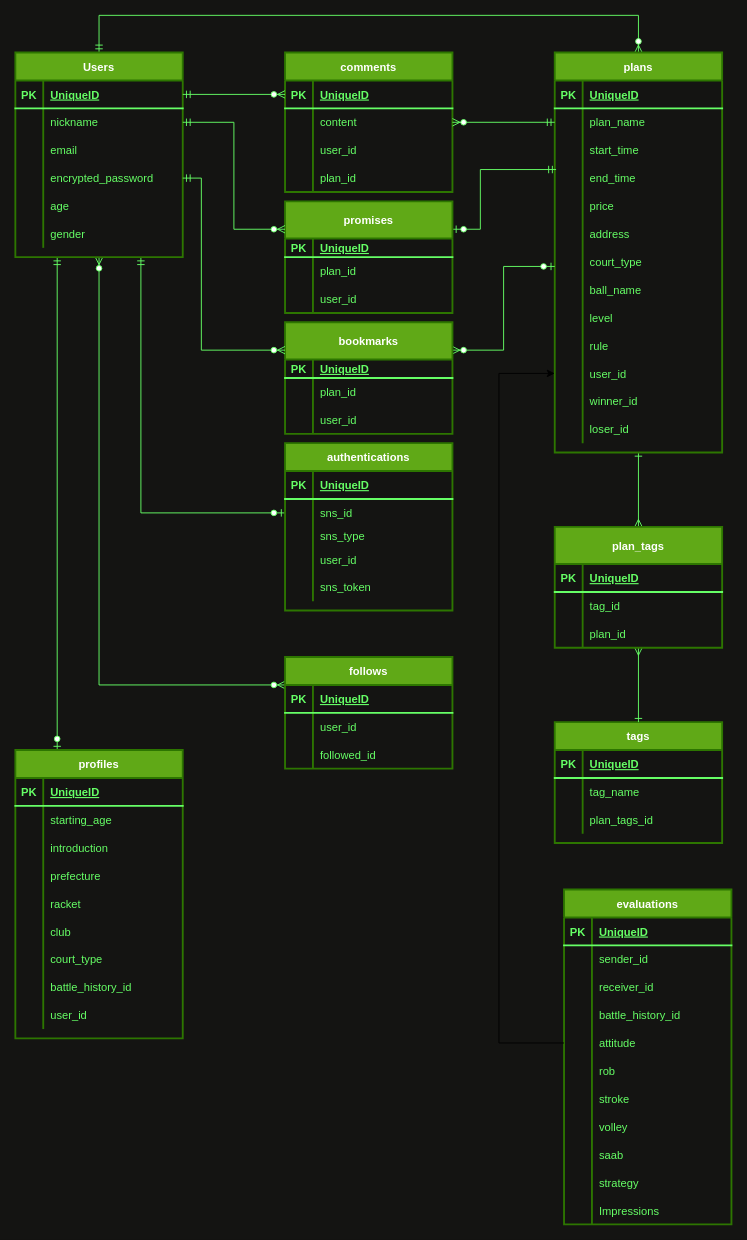
This is config/db.dio from 0123takaokeita/Tennis_encounter, a draw.io file, before an edit. Source tidied: cells renumbered, new cells numbered last; positions are measured from the earlier drawing's top-left corner, leaving out a move shared by most shapes. Both pictures are drawn from the tidied source at 93%, with x=0, y=0 at pixel (15, 15).
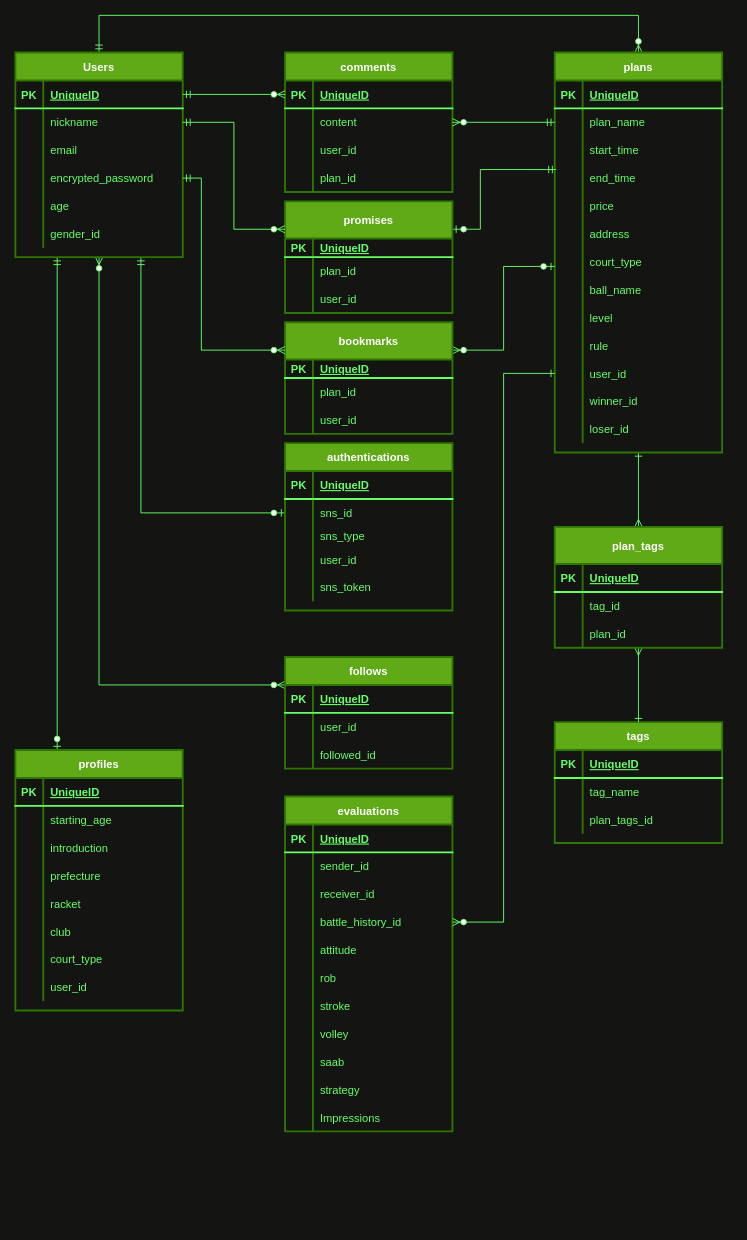
After the change.

Commit message (it also covers changes not shown here):
勝敗テーブルの結合

The change refers to these unchanged cells:
```xml
<mxCell id="22" style="shape=partialRectangle;fillColor=none;top=0;left=0;bottom=0;right=0;labelBackgroundColor=none;strokeWidth=2;strokeColor=#66FF66;fontColor=#66FF66;" parent="6" vertex="1">
  <mxGeometry y="180" width="180" height="30" as="geometry" />
</mxCell>
<mxCell id="57" style="shape=partialRectangle;fillColor=none;top=0;left=0;bottom=0;right=0;points=[[0,0.5],[1,0.5]];portConstraint=eastwest;labelBackgroundColor=none;strokeWidth=2;strokeColor=#66FF66;fontColor=#66FF66;" parent="26" vertex="1">
  <mxGeometry y="330" width="180" height="30" as="geometry" />
</mxCell>
<mxCell id="191" style="shape=partialRectangle;fillColor=none;top=0;left=0;bottom=0;right=0;points=[[0,0.5],[1,0.5]];portConstraint=eastwest;labelBackgroundColor=none;strokeWidth=2;strokeColor=#66FF66;fontColor=#66FF66;" parent="181" vertex="1">
  <mxGeometry y="120" width="180" height="30" as="geometry" />
</mxCell>
<mxCell id="194" style="shape=partialRectangle;fillColor=none;top=0;left=0;bottom=0;right=0;points=[[0,0.5],[1,0.5]];portConstraint=eastwest;labelBackgroundColor=none;strokeWidth=2;strokeColor=#66FF66;fontColor=#66FF66;" parent="181" vertex="1">
  <mxGeometry y="150" width="180" height="30" as="geometry" />
</mxCell>
```

The edit, as a diff of the source:
```diff
@@
-    <mxCell id="24" value="gender" style="shape=partialRectangle;fillColor=none;top=0;left=0;bottom=0;right=0;align=left;spacingLeft=6;overflow=hidden;labelBackgroundColor=none;strokeWidth=2;strokeColor=#66FF66;fontColor=#66FF66;" parent="22" vertex="1">
+    <mxCell id="24" value="gender_id" style="shape=partialRectangle;fillColor=none;top=0;left=0;bottom=0;right=0;align=left;spacingLeft=6;overflow=hidden;labelBackgroundColor=none;strokeWidth=2;strokeColor=#66FF66;fontColor=#66FF66;" parent="22" vertex="1">
       <mxGeometry x="30" width="150" height="30" as="geometry" />
     </mxCell>
@@
     <mxCell id="66" value="profiles" style="shape=table;startSize=30;childLayout=tableLayout;rowLines=0;fontStyle=1;align=center;labelBackgroundColor=none;strokeWidth=2;strokeColor=#2D7600;fontColor=#ffffff;fillColor=#60a917;" parent="1" vertex="1">
-      <mxGeometry y="790" width="180" height="310" as="geometry" />
+      <mxGeometry y="790" width="180" height="280" as="geometry" />
     </mxCell>
@@
-    <mxCell id="88" style="shape=partialRectangle;fillColor=none;top=0;left=0;bottom=0;right=0;labelBackgroundColor=none;strokeWidth=2;strokeColor=#66FF66;fontColor=#66FF66;" parent="66" vertex="1">
-      <mxGeometry y="240" width="180" height="30" as="geometry" />
-    </mxCell>
-    <mxCell id="89" style="shape=partialRectangle;fillColor=none;top=0;left=0;bottom=0;right=0;overflow=hidden;labelBackgroundColor=none;strokeWidth=2;strokeColor=#66FF66;fontColor=#66FF66;" parent="88" vertex="1">
-      <mxGeometry width="30" height="30" as="geometry" />
-    </mxCell>
-    <mxCell id="90" value="battle_history_id" style="shape=partialRectangle;fillColor=none;top=0;left=0;bottom=0;right=0;align=left;spacingLeft=6;overflow=hidden;labelBackgroundColor=none;strokeWidth=2;strokeColor=#66FF66;fontColor=#66FF66;" parent="88" vertex="1">
-      <mxGeometry x="30" width="150" height="30" as="geometry" />
-    </mxCell>
     <mxCell id="91" style="shape=partialRectangle;fillColor=none;top=0;left=0;bottom=0;right=0;labelBackgroundColor=none;strokeWidth=2;strokeColor=#66FF66;fontColor=#66FF66;" parent="66" vertex="1">
-      <mxGeometry y="270" width="180" height="30" as="geometry" />
+      <mxGeometry y="240" width="180" height="30" as="geometry" />
     </mxCell>
@@
     <mxCell id="181" value="evaluations" style="shape=table;startSize=30;childLayout=tableLayout;rowLines=0;fontStyle=1;align=center;labelBackgroundColor=none;strokeWidth=2;strokeColor=#2D7600;fontColor=#ffffff;fillColor=#60a917;" parent="1" vertex="1">
-      <mxGeometry x="590" y="940" width="180" height="360" as="geometry" />
+      <mxGeometry x="290" y="840" width="180" height="360" as="geometry" />
     </mxCell>
@@
-    <mxCell id="215" style="edgeStyle=orthogonalEdgeStyle;rounded=0;jettySize=auto;html=1;exitX=0;exitY=0.5;exitDx=0;exitDy=0;entryX=0;entryY=0.5;entryDx=0;entryDy=0;" parent="1" edge="1" source="194" target="57">
-      <mxGeometry relative="1" as="geometry">
-        <Array as="points">
-          <mxPoint x="520" y="1105" />
-          <mxPoint x="520" y="385" />
-        </Array>
-      </mxGeometry>
-    </mxCell>
+    <mxCell id="216" style="edgeStyle=orthogonalEdgeStyle;rounded=0;jettySize=auto;html=1;exitX=1;exitY=0.5;exitDx=0;exitDy=0;entryX=0;entryY=0.5;entryDx=0;entryDy=0;startArrow=ERzeroToMany;startFill=1;endArrow=ERone;endFill=0;strokeColor=#66FF66;" parent="1" edge="1" source="191" target="57">
+      <mxGeometry relative="1" as="geometry" />
+    </mxCell>
```
